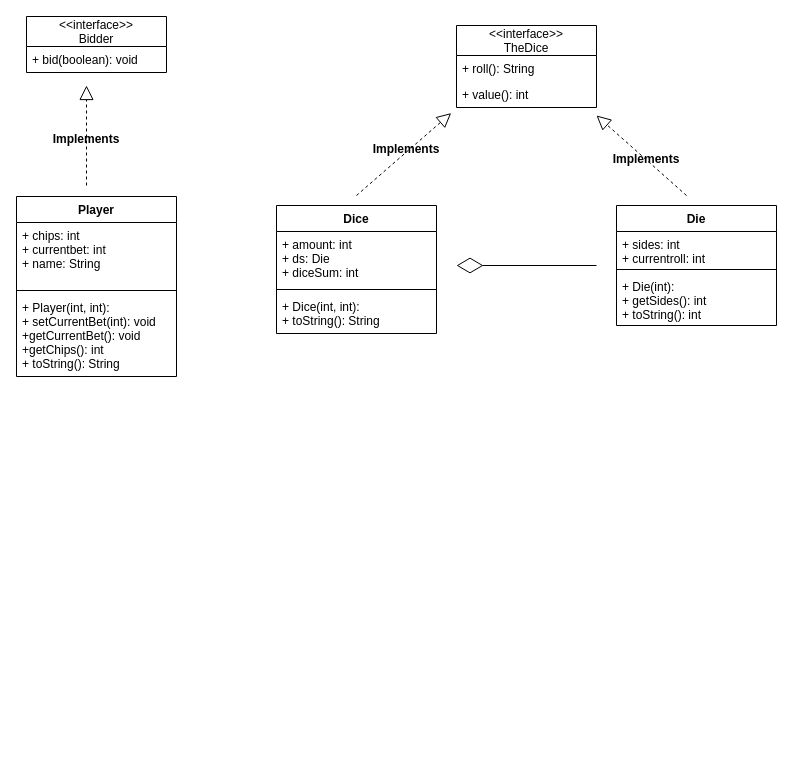
Earlier version of the draw.io diagram Java/Labs/Lab 6/src/Thisprogram.drawio (Serpent1776/code). Source tidied: cells renumbered, new cells numbered last; positions are measured from the earlier drawing's top-left corner, leaving out a move shared by most shapes. Both pictures are drawn from the tidied source at 100%, with x=0, y=0 at pixel (16, 16).
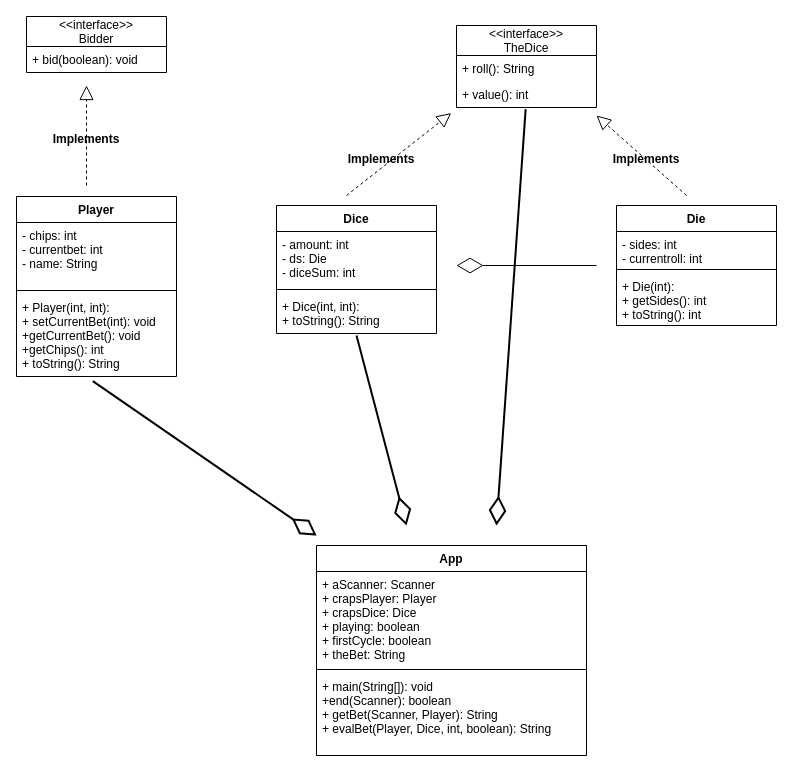
After the change.

Unchanged cells that the change refers to:
```xml
<mxCell id="4" value="+ value(): int" style="text;strokeColor=none;fillColor=none;align=left;verticalAlign=top;spacingLeft=4;spacingRight=4;overflow=hidden;points=[[0,0.5],[1,0.5]];portConstraint=eastwest;" parent="2" vertex="1">
  <mxGeometry y="56" width="140" height="26" as="geometry" />
</mxCell>
<mxCell id="5" value="Dice" style="swimlane;fontStyle=1;align=center;verticalAlign=top;horizontal=1;startSize=26;" parent="1" vertex="1">
  <mxGeometry x="260" y="189" width="160" height="128" as="geometry" />
</mxCell>
<mxCell id="9" value="Die" style="swimlane;fontStyle=1;align=center;verticalAlign=top;horizontal=1;startSize=26;" parent="1" vertex="1">
  <mxGeometry x="600" y="189" width="160" height="120" as="geometry" />
</mxCell>
<mxCell id="20" value="Player" style="swimlane;fontStyle=1;align=center;verticalAlign=top;horizontal=1;startSize=26;" parent="1" vertex="1">
  <mxGeometry y="180" width="160" height="180" as="geometry" />
</mxCell>
<mxCell id="23" value="+ Player(int, int): &#10;+ setCurrentBet(int): void&#10;+getCurrentBet(): void&#10;+getChips(): int&#10;+ toString(): String" style="text;strokeColor=none;fillColor=none;align=left;verticalAlign=top;spacingLeft=4;spacingRight=4;overflow=hidden;points=[[0,0.5],[1,0.5]];portConstraint=eastwest;" parent="20" vertex="1">
  <mxGeometry y="98" width="160" height="82" as="geometry" />
</mxCell>
```

What changed in the source:
```diff
@@
-    <mxCell id="6" value="+ amount: int&#10;+ ds: Die&#10;+ diceSum: int " style="text;strokeColor=none;fillColor=none;align=left;verticalAlign=top;spacingLeft=4;spacingRight=4;overflow=hidden;" parent="5" vertex="1">
+    <mxCell id="6" value="- amount: int&#10;- ds: Die&#10;- diceSum: int " style="text;strokeColor=none;fillColor=none;align=left;verticalAlign=top;spacingLeft=4;spacingRight=4;overflow=hidden;" parent="5" vertex="1">
       <mxGeometry y="26" width="160" height="54" as="geometry" />
     </mxCell>
@@
-    <mxCell id="10" value="+ sides: int&#10;+ currentroll: int" style="text;strokeColor=none;fillColor=none;align=left;verticalAlign=top;spacingLeft=4;spacingRight=4;overflow=hidden;" parent="9" vertex="1">
+    <mxCell id="10" value="- sides: int&#10;- currentroll: int" style="text;strokeColor=none;fillColor=none;align=left;verticalAlign=top;spacingLeft=4;spacingRight=4;overflow=hidden;" parent="9" vertex="1">
       <mxGeometry y="26" width="160" height="34" as="geometry" />
     </mxCell>
@@
     <mxCell id="13" style="endArrow=block;dashed=1;endFill=0;endSize=12;html=1;entryX=-0.038;entryY=1.216;entryDx=0;entryDy=0;entryPerimeter=0;" parent="1" edge="1" target="4">
       <mxGeometry relative="1" as="geometry">
-        <mxPoint x="340" y="179" as="sourcePoint" />
+        <mxPoint x="330" y="179" as="sourcePoint" />
       </mxGeometry>
     </mxCell>
-    <mxCell id="14" value="Implements" style="text;align=center;fontStyle=1;verticalAlign=middle;spacingLeft=3;spacingRight=3;strokeColor=none;" parent="1" vertex="1">
-      <mxGeometry x="350" y="119" width="80" height="26" as="geometry" />
+    <mxCell id="14" value="Implements" style="text;align=center;fontStyle=1;verticalAlign=middle;spacingLeft=3;spacingRight=3;strokeColor=none;strokeWidth=1;" parent="1" vertex="1">
+      <mxGeometry x="325" y="129" width="80" height="26" as="geometry" />
     </mxCell>
@@
-    <mxCell id="21" value="+ chips: int&#10;+ currentbet: int&#10;+ name: String" style="text;strokeColor=none;fillColor=none;align=left;verticalAlign=top;spacingLeft=4;spacingRight=4;overflow=hidden;" parent="20" vertex="1">
+    <mxCell id="21" value="- chips: int&#10;- currentbet: int&#10;- name: String" style="text;strokeColor=none;fillColor=none;align=left;verticalAlign=top;spacingLeft=4;spacingRight=4;overflow=hidden;" parent="20" vertex="1">
       <mxGeometry y="26" width="160" height="64" as="geometry" />
     </mxCell>
@@
+    <mxCell id="26" value="App" style="swimlane;fontStyle=1;align=center;verticalAlign=top;horizontal=1;startSize=26;" parent="1" vertex="1">
+      <mxGeometry x="300" y="529" width="270" height="210" as="geometry" />
+    </mxCell>
+    <mxCell id="27" value="+ aScanner: Scanner&#10;+ crapsPlayer: Player&#10;+ crapsDice: Dice&#10;+ playing: boolean&#10;+ firstCycle: boolean&#10;+ theBet: String&#10;" style="text;strokeColor=none;fillColor=none;align=left;verticalAlign=top;spacingLeft=4;spacingRight=4;overflow=hidden;" parent="26" vertex="1">
+      <mxGeometry y="26" width="270" height="94" as="geometry" />
+    </mxCell>
+    <mxCell id="28" style="line;strokeWidth=1;fillColor=none;align=left;verticalAlign=middle;spacingTop=-1;spacingLeft=3;spacingRight=3;labelPosition=right;strokeColor=inherit;" parent="26" vertex="1">
+      <mxGeometry y="120" width="270" height="8" as="geometry" />
+    </mxCell>
+    <mxCell id="29" value="+ main(String[]): void&#10;+end(Scanner): boolean&#10;+ getBet(Scanner, Player): String&#10;+ evalBet(Player, Dice, int, boolean): String" style="text;strokeColor=none;fillColor=none;align=left;verticalAlign=top;spacingLeft=4;spacingRight=4;overflow=hidden;" parent="26" vertex="1">
+      <mxGeometry y="128" width="270" height="82" as="geometry" />
+    </mxCell>
+    <mxCell id="30" style="endArrow=diamondThin;endFill=0;endSize=24;html=1;strokeWidth=2;exitX=0.477;exitY=1.056;exitDx=0;exitDy=0;exitPerimeter=0;" parent="1" edge="1" source="23">
+      <mxGeometry relative="1" as="geometry">
+        <mxPoint x="300" y="519" as="targetPoint" />
+      </mxGeometry>
+    </mxCell>
+    <mxCell id="31" style="endArrow=diamondThin;endFill=0;endSize=24;html=1;strokeWidth=2;" parent="1" edge="1">
+      <mxGeometry relative="1" as="geometry">
+        <mxPoint x="340" y="319" as="sourcePoint" />
+        <mxPoint x="390" y="509" as="targetPoint" />
+      </mxGeometry>
+    </mxCell>
+    <mxCell id="32" style="endArrow=diamondThin;endFill=0;endSize=24;html=1;strokeWidth=2;exitX=0.494;exitY=1.062;exitDx=0;exitDy=0;exitPerimeter=0;" parent="1" edge="1" source="4">
+      <mxGeometry relative="1" as="geometry">
+        <mxPoint x="480" y="509" as="targetPoint" />
+      </mxGeometry>
+    </mxCell>
```
